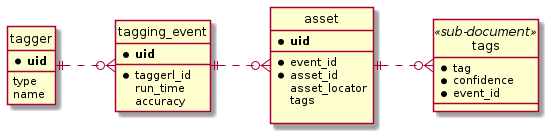
This is docs/images/model.png from als-computing/splash-ml, a PlantUML export, as it was before one commit.
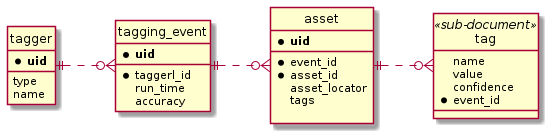
The same diagram one commit later.

The edit, as a diff of the source:
```diff
@@ -30,14 +30,15 @@
 
 }
 
-entity tags <<sub-document>> {
-    * tag
-    * confidence
+entity tag <<sub-document>> {
+    name
+    value
+    confidence
     * event_id
 }
 
 
 tagger ||..o{ tagging_event
 tagging_event ||..o{ asset
-asset ||..o{ tags
+asset ||..o{ tag
 @enduml
```
